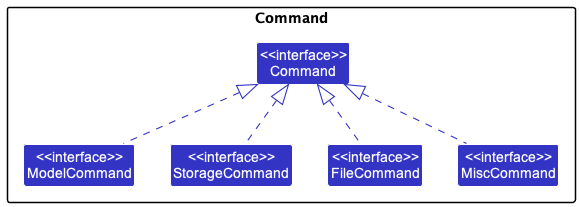
Before: docs/images/CommandDiagram.png, a diagram exported from PlantUML (nus-cs2103-AY2223S1/tp).
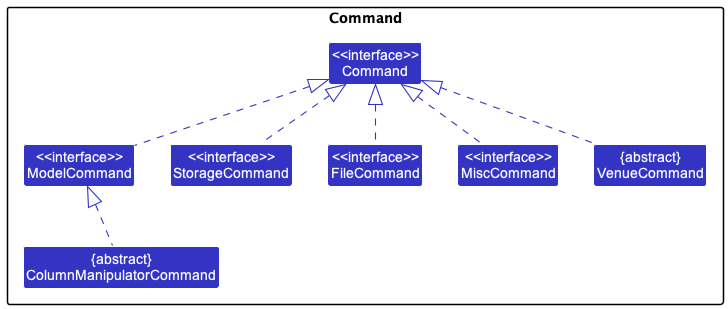
Above is the later version.

The edit, as a diff of the source:
```diff
@@ -11,10 +11,15 @@
 Class "<<interface>>\nFileCommand" as FileCommand
 Class "<<interface>>\nMiscCommand" as MiscCommand
 Class "<<interface>>\nCommand" as Command
+Class "{abstract}\nVenueCommand" as VenueCommand
+Class "{abstract}\nColumnManipulatorCommand" as ColumnManipulatorCommand
 }
 
 ModelCommand .up.|> Command
 FileCommand .up.|> Command
 MiscCommand .up.|> Command
 StorageCommand .up.|> Command
+VenueCommand .up.|> Command
+ColumnManipulatorCommand .up.|> ModelCommand
+
 @enduml
```
